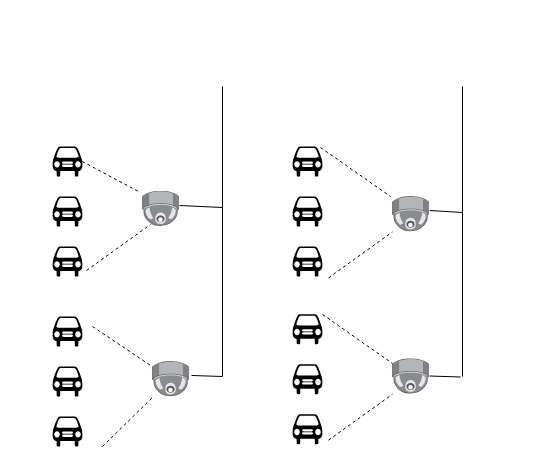
Earlier version of the draw.io diagram carparking.drawio (frankyzf/drawio). Source tidied: cells renumbered, new cells numbered last; positions are measured from the earlier drawing's top-left corner, leaving out a move shared by most shapes. Both pictures are drawn from the tidied source at 100%, with x=0, y=0 at pixel (52, 86). Pictures stored in the file or linked from it are replaced by grey dashed boxes.
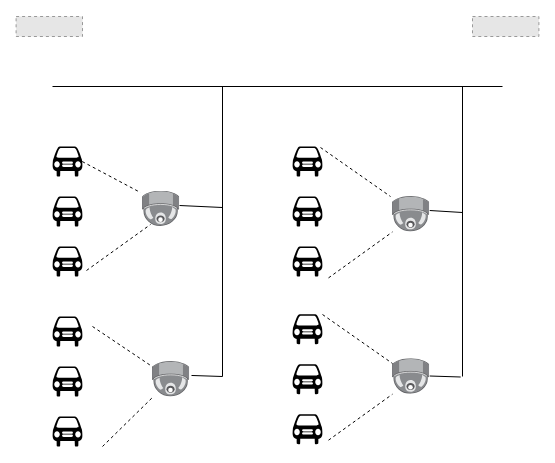
The same diagram, later.

The edit, as a diff of the source:
```diff
@@
+    <mxCell id="32" style="fillColor=#E6E6E6;strokeColor=#999999;dashed=1;verticalLabelPosition=bottom;labelBackgroundColor=#ffffff;verticalAlign=top;" parent="1" vertex="1">
+      <mxGeometry x="-36.4" y="-70" width="66.4" height="20" as="geometry" />
+    </mxCell>
+    <mxCell id="33" style="endArrow=none;html=1;" parent="1" edge="1">
+      <mxGeometry relative="1" as="geometry">
+        <mxPoint x="450" as="sourcePoint" />
+        <mxPoint as="targetPoint" />
+      </mxGeometry>
+    </mxCell>
+    <mxCell id="34" style="fillColor=#E6E6E6;strokeColor=#999999;dashed=1;verticalLabelPosition=bottom;labelBackgroundColor=#ffffff;verticalAlign=top;" parent="1" vertex="1">
+      <mxGeometry x="420" y="-70" width="66.4" height="20" as="geometry" />
+    </mxCell>
```
